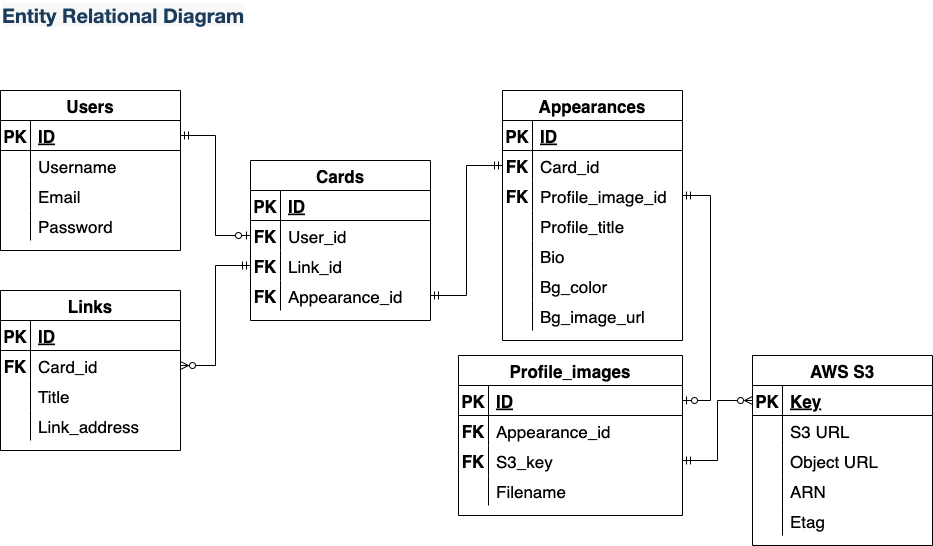
teamilink/iLinkDocs keeps this draw.io diagram as docs/T3A2-ERD.png. Above is the earlier version. Source tidied: cells renumbered, new cells last; positions are measured from the earlier drawing's top-left corner, leaving out a move shared by most shapes.
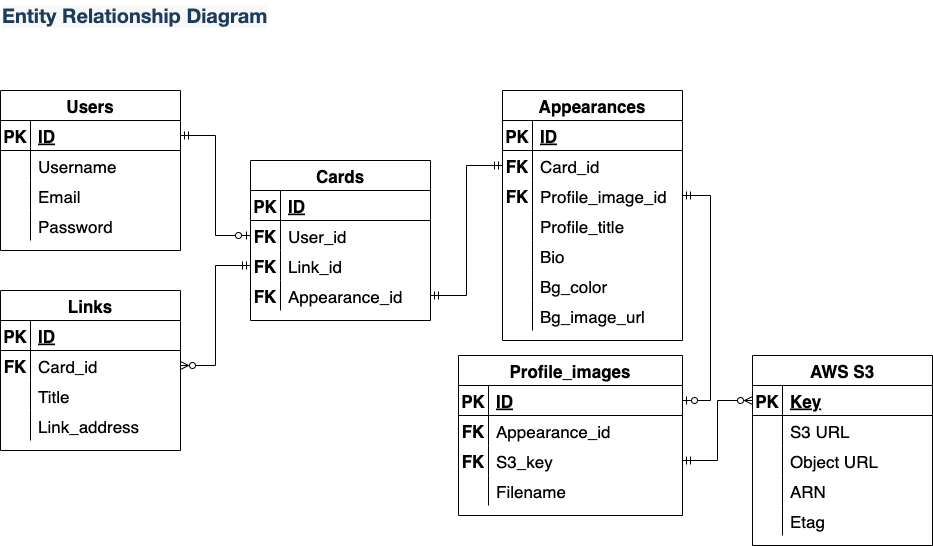
Above is the later version.

Commit message:
edits a typo in ERD file

What changed in the source:
```diff
@@ -2,7 +2,7 @@
   <root>
     <mxCell id="0" />
     <mxCell id="1" parent="0" />
-    <mxCell id="2" value="&lt;span style=&quot;color: rgb(28, 60, 92); font-family: LatoWeb, &amp;quot;Lato Extended&amp;quot;, Lato, &amp;quot;Helvetica Neue&amp;quot;, Helvetica, Arial, sans-serif; font-size: 20px; background-color: rgb(248, 248, 248);&quot;&gt;Entity Relational Diagram&lt;/span&gt;" style="text;html=1;strokeColor=none;fillColor=none;align=left;verticalAlign=middle;whiteSpace=wrap;rounded=0;fontStyle=1;fontSize=20;" parent="1" vertex="1">
+    <mxCell id="2" value="&lt;span style=&quot;background-color: rgb(248, 248, 248);&quot;&gt;&lt;font face=&quot;LatoWeb, Lato Extended, Lato, Helvetica Neue, Helvetica, Arial, sans-serif&quot; color=&quot;#1c3c5c&quot;&gt;Entity Relationship&amp;nbsp;Diagram&lt;/font&gt;&lt;/span&gt;" style="text;html=1;strokeColor=none;fillColor=none;align=left;verticalAlign=middle;whiteSpace=wrap;rounded=0;fontStyle=1;fontSize=20;" parent="1" vertex="1">
       <mxGeometry width="410" height="30" as="geometry" />
     </mxCell>
     <mxCell id="3" value="Users" style="shape=table;startSize=30;rowLines=0;fontStyle=1;align=center;fontSize=17;" parent="1" vertex="1">
```
